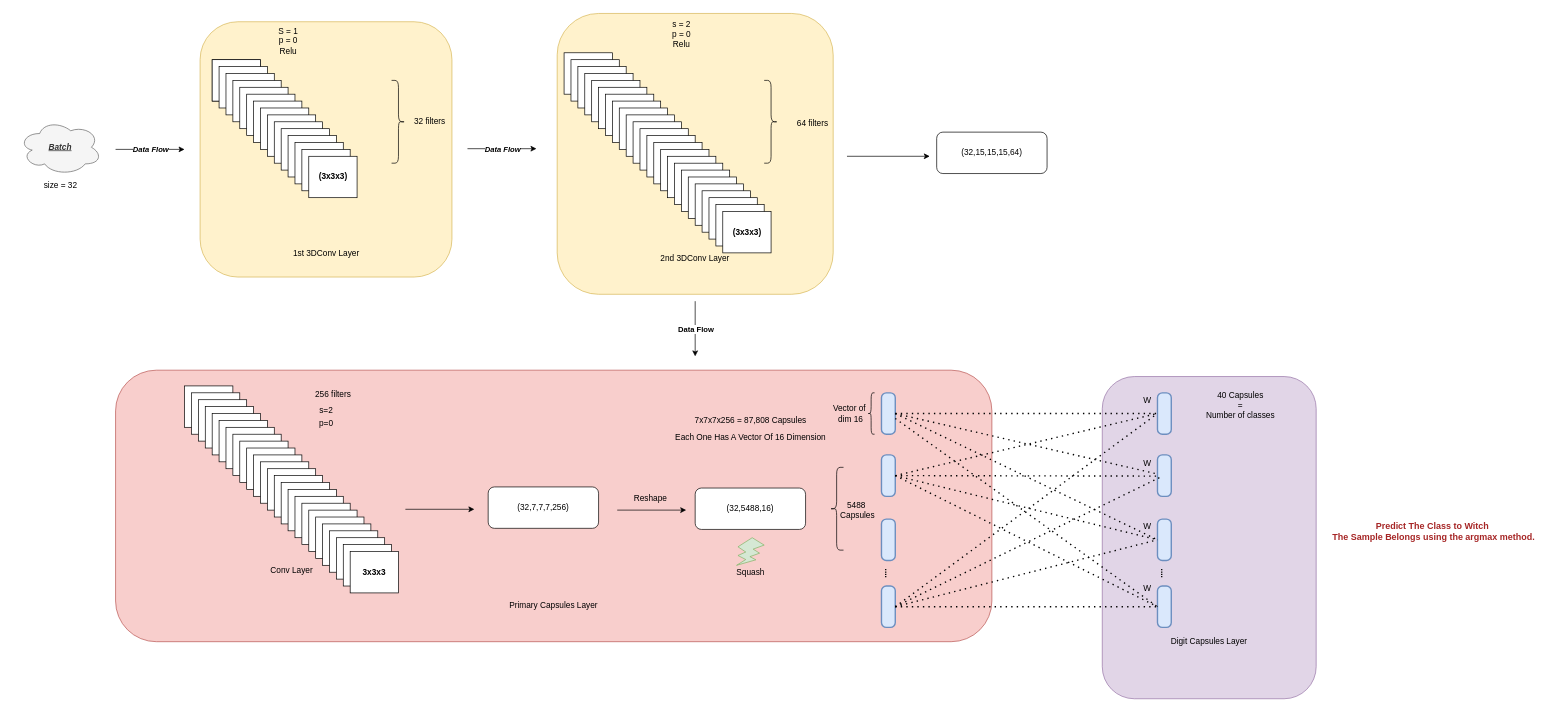
Above: Modele.drawio in nwara5/3D-Objects-Classification-Using-Capsule-Network---Deep-Learning (draw.io), before the change. Source tidied: cells renumbered, new cells numbered last; positions are measured from the earlier drawing's top-left corner, leaving out a move shared by most shapes. Both pictures are drawn from the tidied source at 69%, with x=0, y=0 at pixel (19, 13).
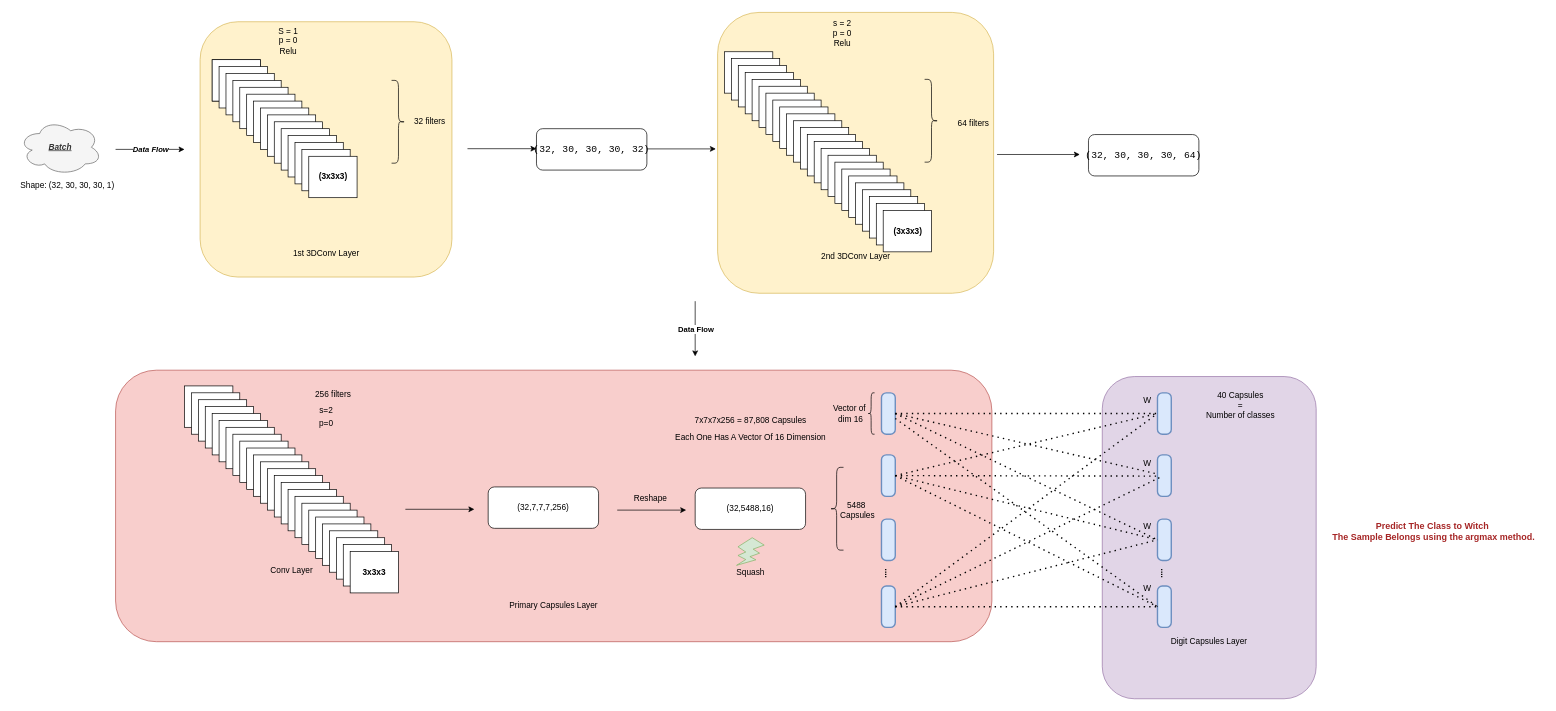
After the change.

The change refers to these unchanged cells:
```xml
<mxCell id="53" style="endArrow=classic;html=1;rounded=0;" parent="1" edge="1">
  <mxGeometry relative="1" as="geometry">
    <mxPoint x="650" y="196" as="sourcePoint" />
    <mxPoint x="750" y="196" as="targetPoint" />
  </mxGeometry>
</mxCell>
```

Diff of the diagram source:
```diff
@@
     <mxCell id="24" value="&lt;div&gt;&lt;br&gt;&lt;/div&gt;&lt;div&gt;&lt;br&gt;&lt;/div&gt;&lt;div&gt;&lt;br&gt;&lt;/div&gt;&lt;div&gt;&lt;br&gt;&lt;/div&gt;&lt;div&gt;&lt;br&gt;&lt;/div&gt;&lt;div&gt;&lt;br&gt;&lt;/div&gt;&lt;div&gt;&lt;br&gt;&lt;/div&gt;&lt;div&gt;&lt;br&gt;&lt;/div&gt;&lt;div&gt;&lt;br&gt;&lt;/div&gt;&lt;div&gt;&lt;br&gt;&lt;/div&gt;&lt;div&gt;&lt;br&gt;&lt;/div&gt;&lt;div&gt;&lt;br&gt;&lt;/div&gt;&lt;div&gt;&lt;br&gt;&lt;/div&gt;&lt;div&gt;&lt;br&gt;&lt;/div&gt;&lt;div&gt;&lt;br&gt;&lt;/div&gt;&lt;div&gt;&lt;br&gt;&lt;/div&gt;&lt;div&gt;&lt;br&gt;&lt;/div&gt;&lt;div&gt;&lt;br&gt;&lt;/div&gt;&lt;div&gt;&lt;br&gt;&lt;/div&gt;&lt;div&gt;&lt;br&gt;&lt;/div&gt;&lt;div&gt;&lt;br&gt;&lt;/div&gt;&lt;div&gt;2nd 3DConv Layer&lt;/div&gt;" style="rounded=1;whiteSpace=wrap;html=1;fillColor=#fff2cc;strokeColor=#d6b656;" parent="1" vertex="1">
-      <mxGeometry x="780" width="400" height="407" as="geometry" />
+      <mxGeometry x="1012.5" y="-1.5" width="400" height="407" as="geometry" />
     </mxCell>
     <mxCell id="25" style="rounded=0;whiteSpace=wrap;html=1;" parent="1" vertex="1">
-      <mxGeometry x="790" y="57" width="70" height="60" as="geometry" />
+      <mxGeometry x="1022.5" y="55.5" width="70" height="60" as="geometry" />
     </mxCell>
     <mxCell id="26" style="rounded=0;whiteSpace=wrap;html=1;" parent="1" vertex="1">
-      <mxGeometry x="800" y="67" width="70" height="60" as="geometry" />
+      <mxGeometry x="1032.5" y="65.5" width="70" height="60" as="geometry" />
     </mxCell>
     <mxCell id="27" style="rounded=0;whiteSpace=wrap;html=1;" parent="1" vertex="1">
-      <mxGeometry x="810" y="77" width="70" height="60" as="geometry" />
+      <mxGeometry x="1042.5" y="75.5" width="70" height="60" as="geometry" />
     </mxCell>
     <mxCell id="28" style="rounded=0;whiteSpace=wrap;html=1;" parent="1" vertex="1">
-      <mxGeometry x="820" y="87" width="70" height="60" as="geometry" />
+      <mxGeometry x="1052.5" y="85.5" width="70" height="60" as="geometry" />
     </mxCell>
     <mxCell id="29" style="rounded=0;whiteSpace=wrap;html=1;" parent="1" vertex="1">
-      <mxGeometry x="830" y="97" width="70" height="60" as="geometry" />
+      <mxGeometry x="1062.5" y="95.5" width="70" height="60" as="geometry" />
     </mxCell>
     <mxCell id="30" style="rounded=0;whiteSpace=wrap;html=1;" parent="1" vertex="1">
-      <mxGeometry x="840" y="107" width="70" height="60" as="geometry" />
+      <mxGeometry x="1072.5" y="105.5" width="70" height="60" as="geometry" />
     </mxCell>
     <mxCell id="31" style="rounded=0;whiteSpace=wrap;html=1;" parent="1" vertex="1">
-      <mxGeometry x="850" y="117" width="70" height="60" as="geometry" />
+      <mxGeometry x="1082.5" y="115.5" width="70" height="60" as="geometry" />
     </mxCell>
     <mxCell id="32" style="rounded=0;whiteSpace=wrap;html=1;" parent="1" vertex="1">
-      <mxGeometry x="860" y="127" width="70" height="60" as="geometry" />
+      <mxGeometry x="1092.5" y="125.5" width="70" height="60" as="geometry" />
     </mxCell>
     <mxCell id="33" style="rounded=0;whiteSpace=wrap;html=1;" parent="1" vertex="1">
-      <mxGeometry x="870" y="137" width="70" height="60" as="geometry" />
+      <mxGeometry x="1102.5" y="135.5" width="70" height="60" as="geometry" />
     </mxCell>
     <mxCell id="34" style="rounded=0;whiteSpace=wrap;html=1;" parent="1" vertex="1">
-      <mxGeometry x="880" y="147" width="70" height="60" as="geometry" />
+      <mxGeometry x="1112.5" y="145.5" width="70" height="60" as="geometry" />
     </mxCell>
     <mxCell id="35" style="rounded=0;whiteSpace=wrap;html=1;" parent="1" vertex="1">
-      <mxGeometry x="890" y="157" width="70" height="60" as="geometry" />
+      <mxGeometry x="1122.5" y="155.5" width="70" height="60" as="geometry" />
     </mxCell>
     <mxCell id="36" style="rounded=0;whiteSpace=wrap;html=1;" parent="1" vertex="1">
-      <mxGeometry x="900" y="167" width="70" height="60" as="geometry" />
+      <mxGeometry x="1132.5" y="165.5" width="70" height="60" as="geometry" />
     </mxCell>
     <mxCell id="37" style="rounded=0;whiteSpace=wrap;html=1;" parent="1" vertex="1">
-      <mxGeometry x="910" y="177" width="70" height="60" as="geometry" />
+      <mxGeometry x="1142.5" y="175.5" width="70" height="60" as="geometry" />
     </mxCell>
     <mxCell id="38" style="rounded=0;whiteSpace=wrap;html=1;" parent="1" vertex="1">
-      <mxGeometry x="920" y="187" width="70" height="60" as="geometry" />
+      <mxGeometry x="1152.5" y="185.5" width="70" height="60" as="geometry" />
     </mxCell>
     <mxCell id="39" style="rounded=0;whiteSpace=wrap;html=1;" parent="1" vertex="1">
-      <mxGeometry x="930" y="197" width="70" height="60" as="geometry" />
+      <mxGeometry x="1162.5" y="195.5" width="70" height="60" as="geometry" />
     </mxCell>
     <mxCell id="40" style="rounded=0;whiteSpace=wrap;html=1;" parent="1" vertex="1">
-      <mxGeometry x="940" y="207" width="70" height="60" as="geometry" />
+      <mxGeometry x="1172.5" y="205.5" width="70" height="60" as="geometry" />
     </mxCell>
     <mxCell id="41" style="rounded=0;whiteSpace=wrap;html=1;" parent="1" vertex="1">
-      <mxGeometry x="950" y="217" width="70" height="60" as="geometry" />
+      <mxGeometry x="1182.5" y="215.5" width="70" height="60" as="geometry" />
     </mxCell>
     <mxCell id="42" style="rounded=0;whiteSpace=wrap;html=1;" parent="1" vertex="1">
-      <mxGeometry x="960" y="227" width="70" height="60" as="geometry" />
+      <mxGeometry x="1192.5" y="225.5" width="70" height="60" as="geometry" />
     </mxCell>
     <mxCell id="43" style="rounded=0;whiteSpace=wrap;html=1;" parent="1" vertex="1">
-      <mxGeometry x="970" y="237" width="70" height="60" as="geometry" />
+      <mxGeometry x="1202.5" y="235.5" width="70" height="60" as="geometry" />
     </mxCell>
     <mxCell id="44" style="rounded=0;whiteSpace=wrap;html=1;" parent="1" vertex="1">
-      <mxGeometry x="980" y="247" width="70" height="60" as="geometry" />
+      <mxGeometry x="1212.5" y="245.5" width="70" height="60" as="geometry" />
     </mxCell>
     <mxCell id="45" style="rounded=0;whiteSpace=wrap;html=1;" parent="1" vertex="1">
-      <mxGeometry x="990" y="257" width="70" height="60" as="geometry" />
+      <mxGeometry x="1222.5" y="255.5" width="70" height="60" as="geometry" />
     </mxCell>
     <mxCell id="46" style="rounded=0;whiteSpace=wrap;html=1;" parent="1" vertex="1">
-      <mxGeometry x="1000" y="267" width="70" height="60" as="geometry" />
+      <mxGeometry x="1232.5" y="265.5" width="70" height="60" as="geometry" />
     </mxCell>
     <mxCell id="47" style="rounded=0;whiteSpace=wrap;html=1;" parent="1" vertex="1">
-      <mxGeometry x="1010" y="277" width="70" height="60" as="geometry" />
+      <mxGeometry x="1242.5" y="275.5" width="70" height="60" as="geometry" />
     </mxCell>
     <mxCell id="48" style="rounded=0;whiteSpace=wrap;html=1;" parent="1" vertex="1">
-      <mxGeometry x="1020" y="287" width="70" height="60" as="geometry" />
+      <mxGeometry x="1252.5" y="285.5" width="70" height="60" as="geometry" />
     </mxCell>
     <mxCell id="49" style="shape=curlyBracket;whiteSpace=wrap;html=1;rounded=1;flipH=1;labelPosition=right;verticalLabelPosition=middle;align=left;verticalAlign=middle;" parent="1" vertex="1">
-      <mxGeometry x="1080" y="97" width="20" height="120" as="geometry" />
+      <mxGeometry x="1312.5" y="95.5" width="20" height="120" as="geometry" />
     </mxCell>
     <mxCell id="50" value="64 filters" style="text;html=1;align=center;verticalAlign=middle;strokeColor=none;fillColor=none;" parent="1" vertex="1">
-      <mxGeometry x="1115" y="145" width="70" height="30" as="geometry" />
+      <mxGeometry x="1347.5" y="143.5" width="70" height="30" as="geometry" />
     </mxCell>
     <mxCell id="51" value="s = 2&lt;div&gt;p = 0&lt;/div&gt;&lt;div&gt;Relu&lt;/div&gt;" style="text;html=1;align=center;verticalAlign=middle;strokeColor=none;fillColor=none;" parent="1" vertex="1">
-      <mxGeometry x="935" width="50" height="60" as="geometry" />
+      <mxGeometry x="1167.5" y="-1.5" width="50" height="60" as="geometry" />
     </mxCell>
     <mxCell id="52" value="&lt;b&gt;(3x3x3)&lt;/b&gt;" style="text;html=1;align=center;verticalAlign=middle;strokeColor=none;fillColor=none;" parent="1" vertex="1">
-      <mxGeometry x="1025" y="302" width="60" height="30" as="geometry" />
+      <mxGeometry x="1257.5" y="300.5" width="60" height="30" as="geometry" />
     </mxCell>
@@
-    <mxCell id="54" value="&lt;b&gt;&lt;i&gt;Data Flow&lt;/i&gt;&lt;/b&gt;" style="edgeLabel;html=1;align=center;verticalAlign=middle;" parent="53" vertex="1">
-      <mxGeometry relative="1" as="geometry" />
-    </mxCell>
@@
-    <mxCell id="57" value="(32,15,15,15,64)" style="rounded=1;whiteSpace=wrap;html=1;" parent="1" vertex="1">
-      <mxGeometry x="1330" y="172" width="160" height="60" as="geometry" />
+    <mxCell id="57" value="&lt;span style=&quot;font-family: Consolas, &amp;quot;Courier New&amp;quot;, monospace; font-size: 14px; text-align: start; white-space: pre;&quot;&gt;(32, 30, 30, 30, 64)&lt;/span&gt;" style="rounded=1;whiteSpace=wrap;html=1;" parent="1" vertex="1">
+      <mxGeometry x="1550" y="175.5" width="160" height="60" as="geometry" />
     </mxCell>
@@
     <mxCell id="87" style="endArrow=classic;html=1;rounded=0;" parent="1" edge="1">
       <mxGeometry relative="1" as="geometry">
-        <mxPoint x="1200" y="207" as="sourcePoint" />
-        <mxPoint x="1320" y="207" as="targetPoint" />
+        <mxPoint x="1417.5" y="204.4" as="sourcePoint" />
+        <mxPoint x="1537.5" y="204.4" as="targetPoint" />
       </mxGeometry>
     </mxCell>
@@
-    <mxCell id="95" value="size = 32" style="text;html=1;align=center;verticalAlign=middle;strokeColor=none;fillColor=none;" parent="1" vertex="1">
-      <mxGeometry x="25" y="235" width="70" height="30" as="geometry" />
+    <mxCell id="95" value="Shape: (32, 30, 30, 30, 1)" style="text;html=1;align=center;verticalAlign=middle;strokeColor=none;fillColor=none;" parent="1" vertex="1">
+      <mxGeometry x="-10" y="234" width="160" height="30" as="geometry" />
     </mxCell>
@@
+    <mxCell id="134" value="&lt;span style=&quot;font-family: Consolas, &amp;quot;Courier New&amp;quot;, monospace; font-size: 14px; text-align: start; white-space: pre;&quot;&gt;(32, 30, 30, 30, 32)&lt;/span&gt;" style="rounded=1;whiteSpace=wrap;html=1;" parent="1" vertex="1">
+      <mxGeometry x="750" y="167" width="160" height="60" as="geometry" />
+    </mxCell>
+    <mxCell id="135" style="endArrow=classic;html=1;rounded=0;" parent="1" edge="1">
+      <mxGeometry relative="1" as="geometry">
+        <mxPoint x="910" y="196.3" as="sourcePoint" />
+        <mxPoint x="1010" y="196.3" as="targetPoint" />
+      </mxGeometry>
+    </mxCell>
```
